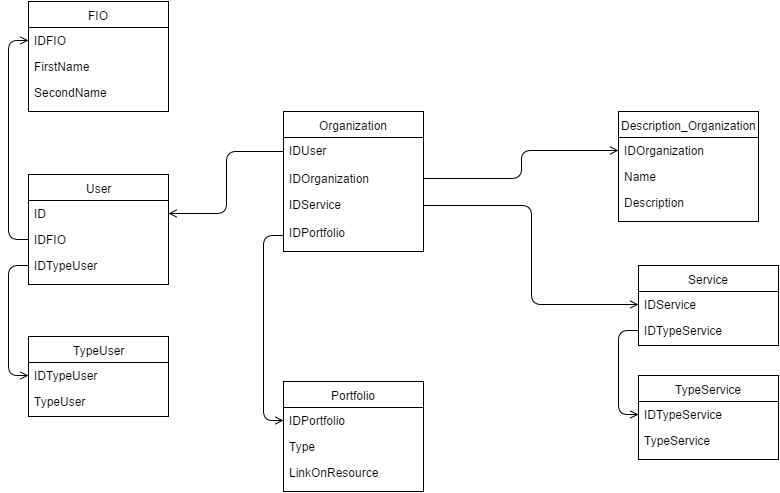
Earlier version of the draw.io export strelkov_bogdanova/lab2/ДиаграммаСущностей.png (Nordth/istu-lab-upp-2016-2017). Source tidied: cells renumbered, new cells last; positions are measured from the earlier drawing's top-left corner, leaving out a move shared by most shapes.
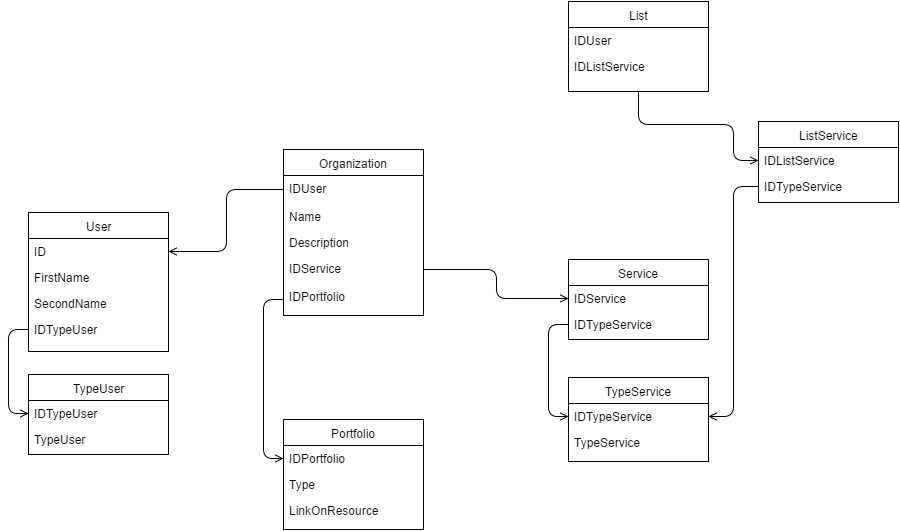
Above is the later version.

The edit, as a diff of the source:
```diff
@@ -3,29 +3,20 @@
     <mxCell id="0" />
     <mxCell id="1" parent="0" />
     <mxCell id="2" value="User" style="swimlane;html=1;fontStyle=0;horizontal=1;startSize=26;fillColor=none;swimlaneFillColor=#ffffff;" parent="1" vertex="1">
-      <mxGeometry y="173" width="140" height="110" as="geometry" />
+      <mxGeometry y="173" width="140" height="139" as="geometry" />
     </mxCell>
     <mxCell id="3" value="ID" style="text;html=1;strokeColor=none;fillColor=none;align=left;verticalAlign=top;spacingLeft=4;spacingRight=4;whiteSpace=wrap;overflow=hidden;points=[[0,0.5],[1,0.5]];portConstraint=eastwest;" parent="2" vertex="1">
       <mxGeometry y="26" width="140" height="26" as="geometry" />
     </mxCell>
-    <mxCell id="4" value="IDFIO" style="text;html=1;strokeColor=none;fillColor=none;align=left;verticalAlign=top;spacingLeft=4;spacingRight=4;whiteSpace=wrap;overflow=hidden;points=[[0,0.5],[1,0.5]];portConstraint=eastwest;" parent="2" vertex="1">
+    <mxCell id="4" value="FirstName" style="text;html=1;strokeColor=none;fillColor=none;align=left;verticalAlign=top;spacingLeft=4;spacingRight=4;whiteSpace=wrap;overflow=hidden;points=[[0,0.5],[1,0.5]];portConstraint=eastwest;" parent="2" vertex="1">
       <mxGeometry y="52" width="140" height="26" as="geometry" />
     </mxCell>
+    <mxCell id="9" value="SecondName" style="text;html=1;strokeColor=none;fillColor=none;align=left;verticalAlign=top;spacingLeft=4;spacingRight=4;whiteSpace=wrap;overflow=hidden;" parent="2" vertex="1">
+      <mxGeometry y="78" width="140" height="26" as="geometry" />
+    </mxCell>
     <mxCell id="5" value="IDTypeUser" style="text;html=1;strokeColor=none;fillColor=none;align=left;verticalAlign=top;spacingLeft=4;spacingRight=4;whiteSpace=wrap;overflow=hidden;points=[[0,0.5],[1,0.5]];portConstraint=eastwest;" parent="2" vertex="1">
-      <mxGeometry y="78" width="140" height="26" as="geometry" />
+      <mxGeometry y="104" width="140" height="26" as="geometry" />
     </mxCell>
-    <mxCell id="6" value="FIO" style="swimlane;html=1;fontStyle=0;horizontal=1;startSize=26;fillColor=none;swimlaneFillColor=#ffffff;" parent="1" vertex="1">
-      <mxGeometry width="140" height="110" as="geometry" />
-    </mxCell>
-    <mxCell id="7" value="IDFIO" style="text;html=1;strokeColor=none;fillColor=none;align=left;verticalAlign=top;spacingLeft=4;spacingRight=4;whiteSpace=wrap;overflow=hidden;points=[[0,0.5],[1,0.5]];portConstraint=eastwest;" parent="6" vertex="1">
-      <mxGeometry y="26" width="140" height="26" as="geometry" />
-    </mxCell>
-    <mxCell id="8" value="FirstName" style="text;html=1;strokeColor=none;fillColor=none;align=left;verticalAlign=top;spacingLeft=4;spacingRight=4;whiteSpace=wrap;overflow=hidden;" parent="6" vertex="1">
-      <mxGeometry y="52" width="140" height="26" as="geometry" />
-    </mxCell>
-    <mxCell id="9" value="SecondName" style="text;html=1;strokeColor=none;fillColor=none;align=left;verticalAlign=top;spacingLeft=4;spacingRight=4;whiteSpace=wrap;overflow=hidden;" parent="6" vertex="1">
-      <mxGeometry y="78" width="140" height="26" as="geometry" />
-    </mxCell>
     <mxCell id="10" value="TypeUser" style="swimlane;html=1;fontStyle=0;horizontal=1;startSize=26;fillColor=none;swimlaneFillColor=#ffffff;" parent="1" vertex="1">
       <mxGeometry y="335" width="140" height="80" as="geometry" />
     </mxCell>
@@ -35,35 +26,26 @@
     <mxCell id="12" value="TypeUser&lt;div&gt;&lt;br&gt;&lt;/div&gt;" style="text;html=1;strokeColor=none;fillColor=none;align=left;verticalAlign=top;spacingLeft=4;spacingRight=4;whiteSpace=wrap;overflow=hidden;" parent="10" vertex="1">
       <mxGeometry y="52" width="140" height="26" as="geometry" />
     </mxCell>
-    <mxCell id="13" value="Description_Organization" style="swimlane;html=1;fontStyle=0;horizontal=1;startSize=26;fillColor=none;swimlaneFillColor=#ffffff;" parent="1" vertex="1">
-      <mxGeometry x="590" y="110" width="140" height="110" as="geometry" />
-    </mxCell>
-    <mxCell id="14" value="IDOrganization" style="text;html=1;strokeColor=none;fillColor=none;align=left;verticalAlign=top;spacingLeft=4;spacingRight=4;whiteSpace=wrap;overflow=hidden;points=[[0,0.5],[1,0.5]];portConstraint=eastwest;" parent="13" vertex="1">
-      <mxGeometry y="26" width="140" height="26" as="geometry" />
-    </mxCell>
-    <mxCell id="15" value="Name" style="text;html=1;strokeColor=none;fillColor=none;align=left;verticalAlign=top;spacingLeft=4;spacingRight=4;whiteSpace=wrap;overflow=hidden;" parent="13" vertex="1">
-      <mxGeometry y="52" width="140" height="26" as="geometry" />
-    </mxCell>
-    <mxCell id="16" value="Description" style="text;html=1;strokeColor=none;fillColor=none;align=left;verticalAlign=top;spacingLeft=4;spacingRight=4;whiteSpace=wrap;overflow=hidden;" parent="13" vertex="1">
-      <mxGeometry y="78" width="140" height="26" as="geometry" />
-    </mxCell>
     <mxCell id="17" value="Organization" style="swimlane;html=1;fontStyle=0;horizontal=1;startSize=26;fillColor=none;swimlaneFillColor=#ffffff;swimlaneLine=1;" parent="1" vertex="1">
-      <mxGeometry x="255" y="110" width="140" height="140" as="geometry" />
+      <mxGeometry x="255" y="110" width="140" height="166" as="geometry" />
     </mxCell>
     <mxCell id="18" value="IDUser" style="text;html=1;strokeColor=none;fillColor=none;align=left;verticalAlign=top;spacingLeft=4;spacingRight=4;whiteSpace=wrap;overflow=hidden;points=[[0,0.5],[1,0.5]];portConstraint=eastwest;" parent="17" vertex="1">
       <mxGeometry y="26" width="140" height="28" as="geometry" />
     </mxCell>
-    <mxCell id="19" value="IDOrganization" style="text;html=1;strokeColor=none;fillColor=none;align=left;verticalAlign=top;spacingLeft=4;spacingRight=4;whiteSpace=wrap;overflow=hidden;points=[[0,0.5],[1,0.5]];portConstraint=eastwest;" parent="17" vertex="1">
+    <mxCell id="19" value="Name" style="text;html=1;strokeColor=none;fillColor=none;align=left;verticalAlign=top;spacingLeft=4;spacingRight=4;whiteSpace=wrap;overflow=hidden;points=[[0,0.5],[1,0.5]];portConstraint=eastwest;" parent="17" vertex="1">
       <mxGeometry y="54" width="140" height="26" as="geometry" />
     </mxCell>
+    <mxCell id="16" value="Description" style="text;html=1;strokeColor=none;fillColor=none;align=left;verticalAlign=top;spacingLeft=4;spacingRight=4;whiteSpace=wrap;overflow=hidden;" parent="17" vertex="1">
+      <mxGeometry y="80" width="140" height="26" as="geometry" />
+    </mxCell>
     <mxCell id="20" value="IDService" style="text;html=1;strokeColor=none;fillColor=none;align=left;verticalAlign=top;spacingLeft=4;spacingRight=4;whiteSpace=wrap;overflow=hidden;points=[[0,0.5],[1,0.5]];portConstraint=eastwest;" parent="17" vertex="1">
-      <mxGeometry y="80" width="140" height="28" as="geometry" />
+      <mxGeometry y="106" width="140" height="28" as="geometry" />
     </mxCell>
     <mxCell id="21" value="IDPortfolio" style="text;html=1;strokeColor=none;fillColor=none;align=left;verticalAlign=top;spacingLeft=4;spacingRight=4;whiteSpace=wrap;overflow=hidden;points=[[0,0.5],[1,0.5]];portConstraint=eastwest;" parent="17" vertex="1">
-      <mxGeometry y="108" width="140" height="32" as="geometry" />
+      <mxGeometry y="134" width="140" height="32" as="geometry" />
     </mxCell>
     <mxCell id="22" value="Service" style="swimlane;html=1;fontStyle=0;horizontal=1;startSize=26;fillColor=none;swimlaneFillColor=#ffffff;" parent="1" vertex="1">
-      <mxGeometry x="610" y="264" width="140" height="80" as="geometry" />
+      <mxGeometry x="540" y="220" width="140" height="80" as="geometry" />
     </mxCell>
     <mxCell id="23" value="IDService" style="text;html=1;strokeColor=none;fillColor=none;align=left;verticalAlign=top;spacingLeft=4;spacingRight=4;whiteSpace=wrap;overflow=hidden;points=[[0,0.5],[1,0.5]];portConstraint=eastwest;" parent="22" vertex="1">
       <mxGeometry y="26" width="140" height="26" as="geometry" />
@@ -71,14 +53,11 @@
     <mxCell id="24" value="IDTypeService" style="text;html=1;strokeColor=none;fillColor=none;align=left;verticalAlign=top;spacingLeft=4;spacingRight=4;whiteSpace=wrap;overflow=hidden;points=[[0,0.5],[1,0.5]];portConstraint=eastwest;" parent="22" vertex="1">
       <mxGeometry y="52" width="140" height="26" as="geometry" />
     </mxCell>
-    <mxCell id="25" style="edgeStyle=orthogonalEdgeStyle;rounded=1;html=1;entryX=0;entryY=0.5;shadow=0;startArrow=none;startFill=0;endArrow=open;endFill=0;jettySize=auto;strokeColor=#000000;" parent="1" edge="1" source="19" target="14">
-      <mxGeometry relative="1" as="geometry" />
-    </mxCell>
     <mxCell id="26" style="edgeStyle=orthogonalEdgeStyle;rounded=1;html=1;entryX=0;entryY=0.5;shadow=0;startArrow=none;startFill=0;endArrow=open;endFill=0;jettySize=auto;strokeColor=#000000;" parent="1" edge="1" source="20" target="23">
       <mxGeometry relative="1" as="geometry" />
     </mxCell>
     <mxCell id="27" value="TypeService" style="swimlane;html=1;fontStyle=0;horizontal=1;startSize=26;fillColor=none;swimlaneFillColor=#ffffff;" parent="1" vertex="1">
-      <mxGeometry x="610" y="374" width="140" height="84" as="geometry" />
+      <mxGeometry x="540" y="338" width="140" height="84" as="geometry" />
     </mxCell>
     <mxCell id="28" value="IDTypeService" style="text;html=1;strokeColor=none;fillColor=none;align=left;verticalAlign=top;spacingLeft=4;spacingRight=4;whiteSpace=wrap;overflow=hidden;points=[[0,0.5],[1,0.5]];portConstraint=eastwest;" parent="27" vertex="1">
       <mxGeometry y="26" width="140" height="26" as="geometry" />
@@ -107,11 +86,38 @@
     <mxCell id="36" style="edgeStyle=orthogonalEdgeStyle;rounded=1;html=1;entryX=1;entryY=0.5;shadow=0;startArrow=none;startFill=0;endArrow=open;endFill=0;jettySize=auto;strokeColor=#000000;" parent="1" edge="1" source="18" target="3">
       <mxGeometry relative="1" as="geometry" />
     </mxCell>
-    <mxCell id="37" style="edgeStyle=orthogonalEdgeStyle;rounded=1;html=1;entryX=0;entryY=0.5;shadow=0;startArrow=none;startFill=0;endArrow=open;endFill=0;jettySize=auto;strokeColor=#000000;" parent="1" edge="1" source="4" target="7">
-      <mxGeometry relative="1" as="geometry" />
-    </mxCell>
     <mxCell id="38" style="edgeStyle=orthogonalEdgeStyle;rounded=1;html=1;exitX=0;exitY=0.5;entryX=0;entryY=0.5;shadow=0;startArrow=none;startFill=0;endArrow=open;endFill=0;jettySize=auto;strokeColor=#000000;" parent="1" edge="1" source="5" target="11">
       <mxGeometry relative="1" as="geometry" />
     </mxCell>
+    <mxCell id="39" value="List" style="swimlane;html=1;fontStyle=0;horizontal=1;startSize=26;fillColor=none;swimlaneFillColor=#ffffff;" parent="1" vertex="1">
+      <mxGeometry x="540" y="-38" width="140" height="90" as="geometry" />
+    </mxCell>
+    <mxCell id="40" value="IDUser" style="text;html=1;strokeColor=none;fillColor=none;align=left;verticalAlign=top;spacingLeft=4;spacingRight=4;whiteSpace=wrap;overflow=hidden;" parent="39" vertex="1">
+      <mxGeometry y="26" width="140" height="26" as="geometry" />
+    </mxCell>
+    <mxCell id="41" value="ID&lt;span&gt;ListService&lt;/span&gt;" style="text;html=1;strokeColor=none;fillColor=none;align=left;verticalAlign=top;spacingLeft=4;spacingRight=4;whiteSpace=wrap;overflow=hidden;" parent="39" vertex="1">
+      <mxGeometry y="52" width="140" height="26" as="geometry" />
+    </mxCell>
+    <mxCell id="42" value="ListService" style="swimlane;html=1;fontStyle=0;horizontal=1;startSize=26;fillColor=none;swimlaneFillColor=#ffffff;" parent="1" vertex="1">
+      <mxGeometry x="730" y="82" width="140" height="81" as="geometry" />
+    </mxCell>
+    <mxCell id="43" value="IDListService" style="text;html=1;strokeColor=none;fillColor=none;align=left;verticalAlign=top;spacingLeft=4;spacingRight=4;whiteSpace=wrap;overflow=hidden;points=[[0,0.5],[1,0.5]];portConstraint=eastwest;" parent="42" vertex="1">
+      <mxGeometry y="26" width="140" height="26" as="geometry" />
+    </mxCell>
+    <mxCell id="44" value="ID&lt;span&gt;TypeService&lt;/span&gt;" style="text;html=1;strokeColor=none;fillColor=none;align=left;verticalAlign=top;spacingLeft=4;spacingRight=4;whiteSpace=wrap;overflow=hidden;points=[[0,0.5],[1,0.5]];portConstraint=eastwest;" parent="42" vertex="1">
+      <mxGeometry y="52" width="140" height="26" as="geometry" />
+    </mxCell>
+    <mxCell id="45" style="edgeStyle=orthogonalEdgeStyle;rounded=1;html=1;entryX=0;entryY=0.5;shadow=0;startArrow=none;startFill=0;endArrow=open;endFill=0;jettySize=auto;strokeColor=#000000;" parent="1" edge="1" target="43">
+      <mxGeometry relative="1" as="geometry">
+        <mxPoint x="610" y="52" as="sourcePoint" />
+        <Array as="points">
+          <mxPoint x="705" y="85" />
+          <mxPoint x="705" y="121" />
+        </Array>
+      </mxGeometry>
+    </mxCell>
+    <mxCell id="46" style="edgeStyle=orthogonalEdgeStyle;rounded=1;html=1;entryX=1;entryY=0.5;shadow=0;startArrow=none;startFill=0;endArrow=open;endFill=0;jettySize=auto;strokeColor=#000000;" parent="1" edge="1" source="44" target="28">
+      <mxGeometry relative="1" as="geometry" />
+    </mxCell>
   </root>
 </mxGraphModel>
```
